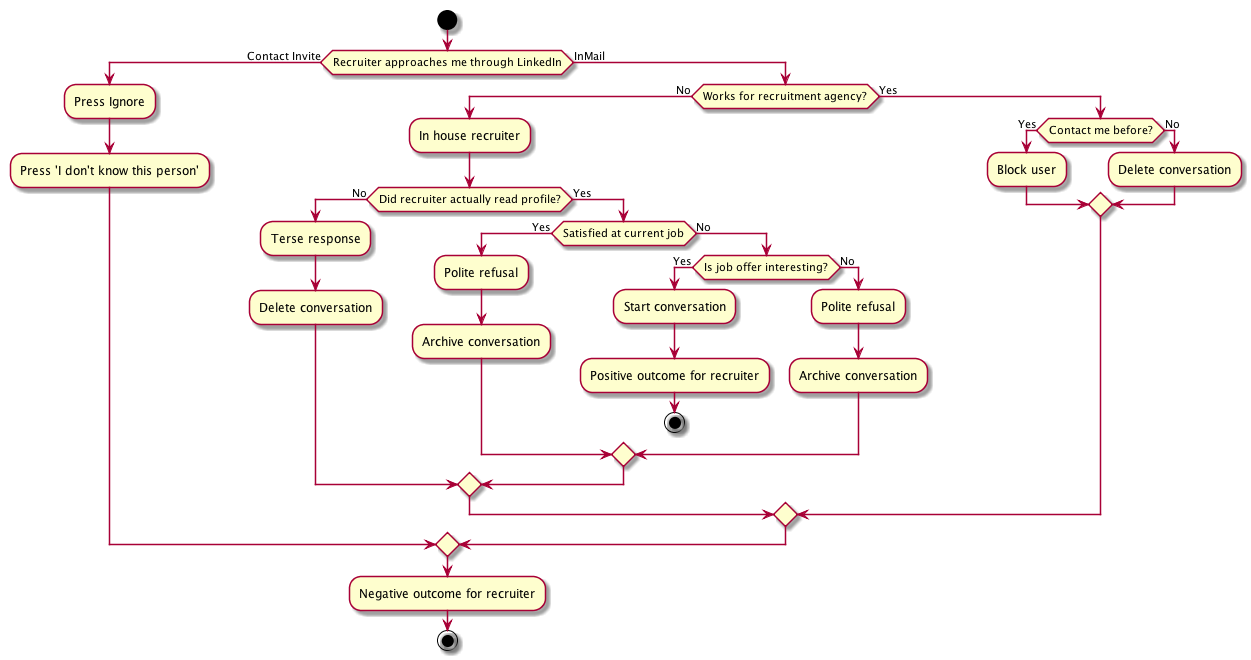
Before: recruiters.png, a diagram exported from PlantUML (jsteenbeeke/jsteenbeeke.github.io).
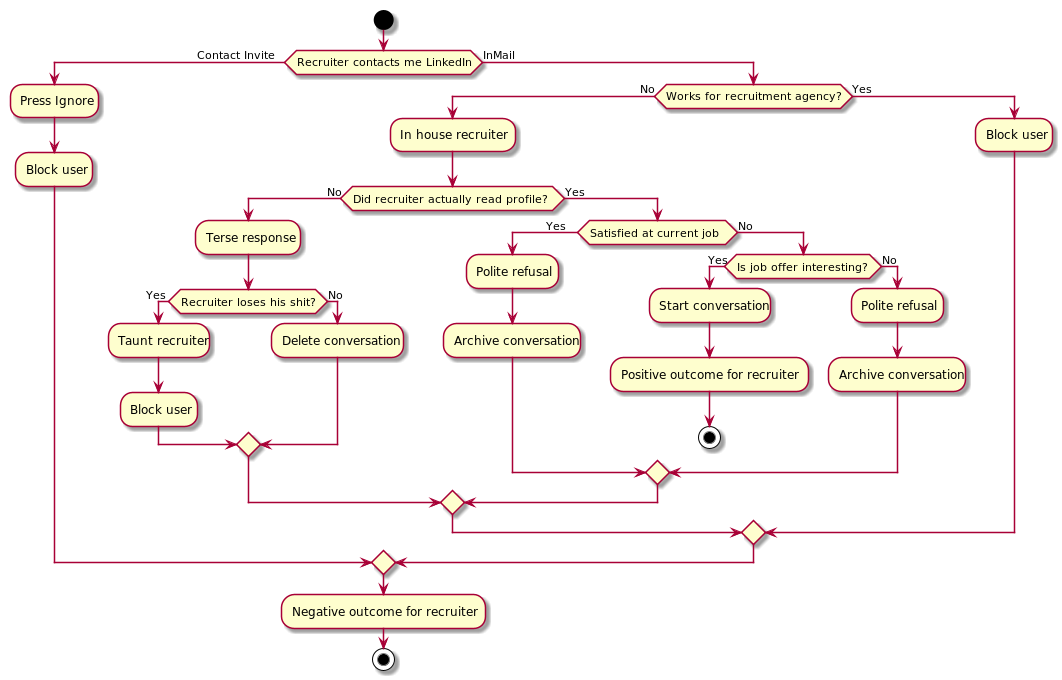
The same diagram one commit later.

Commit message:
Tweaked public pages, updated recruiter flowchart

Change to the diagram source:
```diff
@@ -2,23 +2,28 @@
 
 start
 
-if (Recruiter approaches me through LinkedIn) then (Contact Invite)
+if (Recruiter contacts me LinkedIn      ) then (Contact Invite      )
     :Press Ignore;
-    :Press 'I don't know this person';
+    :Block user;
 else (InMail)
-    if (Works for recruitment agency?) then (No)
-      :In house recruiter;
-      if (Did recruiter actually read profile?) then (No)
-        :Terse response;
-        :Delete conversation;
+    if (Works for recruitment agency?       ) then (No)
+      :In house recruiter   ;
+      if (Did recruiter actually read profile?          ) then (No)
+         :Terse response;
+         if (Recruiter loses his shit?      ) then (Yes  )
+            :Taunt recruiter;
+            :Block user;
+         else (No)
+            :Delete conversation;
+         endif
       else (Yes)
-        if (Satisfied at current job) then (Yes)
+        if (Satisfied at current job        ) then (Yes     )
           :Polite refusal;
           :Archive conversation;
         else (No)
-            if (Is job offer interesting?) then (Yes)
+            if (Is job offer interesting?       ) then (Yes)
                 :Start conversation;
-                :Positive outcome for recruiter;
+                :Positive outcome for recruiter     ;
                 stop;
             else (No)
                 :Polite refusal;
@@ -27,14 +32,10 @@
         endif
       endif
     else (Yes)
-      if (Contact me before?) then (Yes)
         :Block user;
-      else (No)
-        :Delete conversation;
-        endif
     endif
 endif
-:Negative outcome for recruiter;
+:Negative outcome for recruiter     ;
 stop
 
 @enduml
```
